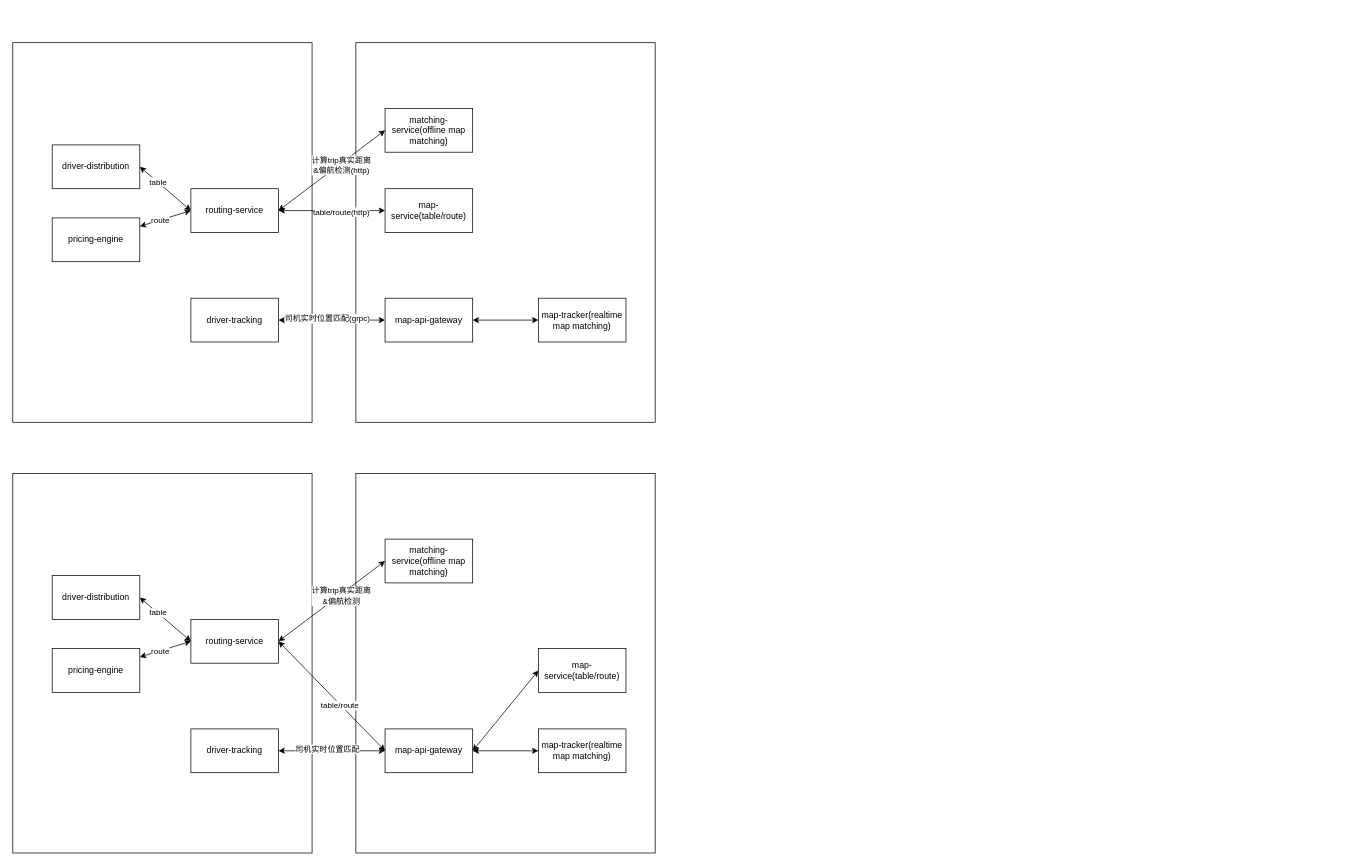
Above: page "第 7 页" (7 of 7) of Untitled Diagram.drawio in tallongsun/drawio (draw.io), before the change. Source tidied: cells renumbered, new cells numbered last; positions are measured from the earlier drawing's top-left corner, leaving out a move shared by most shapes. Both pictures are drawn from the tidied source at 73%, with x=0, y=0 at pixel (12, 42).
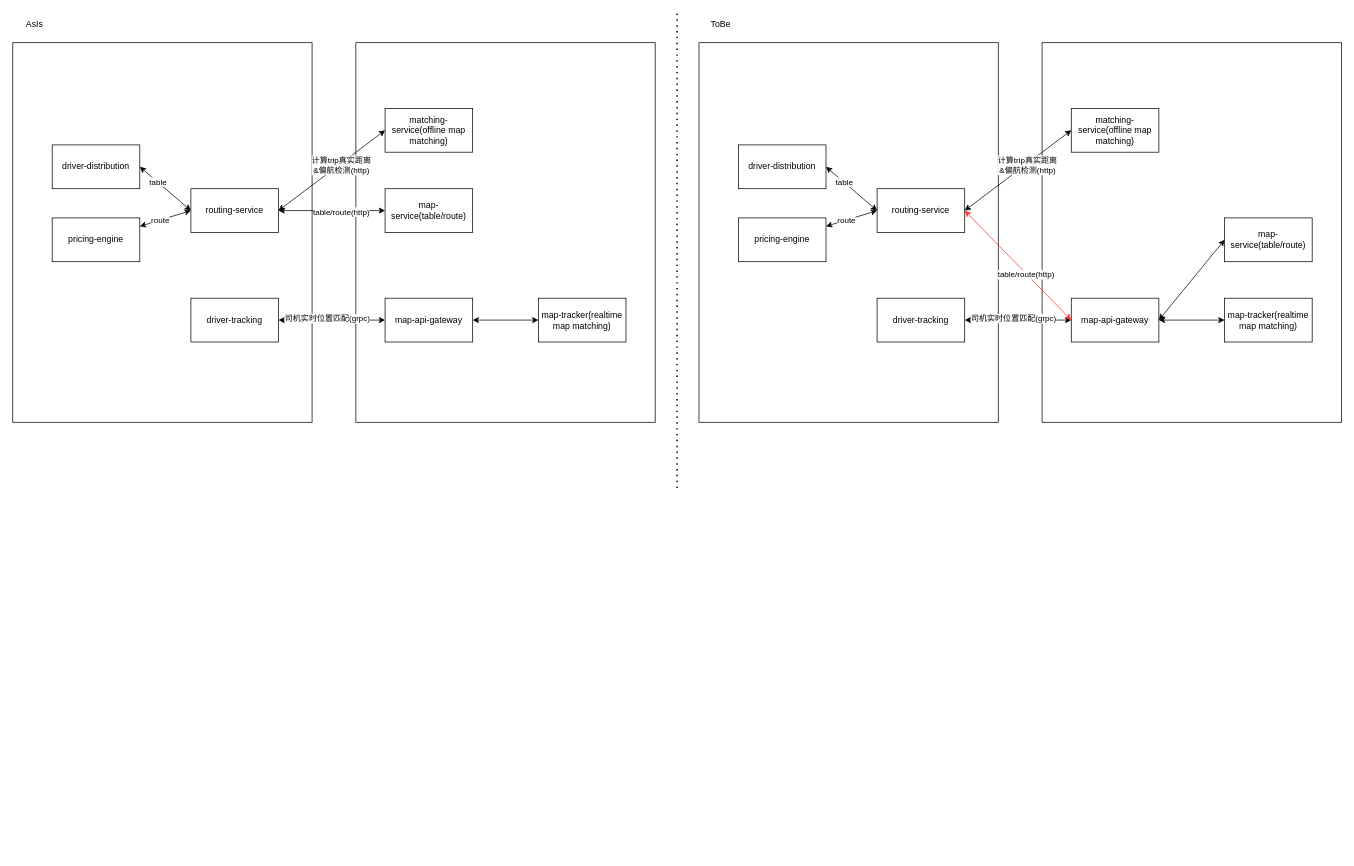
The same diagram, later.

The change refers to these unchanged cells:
```xml
<mxCell id="32" style="endArrow=classic;startArrow=classic;html=1;rounded=0;" parent="1" edge="1" source="26" target="29">
  <mxGeometry relative="1" as="geometry" />
</mxCell>
<mxCell id="42" style="endArrow=classic;startArrow=classic;html=1;rounded=0;exitX=1;exitY=0.5;exitDx=0;exitDy=0;entryX=0;entryY=0.5;entryDx=0;entryDy=0;" parent="1" edge="1" source="25" target="27">
  <mxGeometry relative="1" as="geometry" />
</mxCell>
```

What changed in the source:
```diff
@@
     <mxCell id="23" style="rounded=0;whiteSpace=wrap;html=1;" parent="1" vertex="1">
-      <mxGeometry y="590" width="410" height="520" as="geometry" />
+      <mxGeometry x="940" width="410" height="520" as="geometry" />
     </mxCell>
     <mxCell id="24" style="rounded=0;whiteSpace=wrap;html=1;" parent="1" vertex="1">
-      <mxGeometry x="470" y="590" width="410" height="520" as="geometry" />
+      <mxGeometry x="1410" width="410" height="520" as="geometry" />
     </mxCell>
     <mxCell id="25" value="routing-service" style="rounded=0;whiteSpace=wrap;html=1;" parent="1" vertex="1">
-      <mxGeometry x="244" y="790" width="120" height="60" as="geometry" />
+      <mxGeometry x="1184" y="200" width="120" height="60" as="geometry" />
     </mxCell>
     <mxCell id="26" value="driver-tracking" style="rounded=0;whiteSpace=wrap;html=1;" parent="1" vertex="1">
-      <mxGeometry x="244" y="940" width="120" height="60" as="geometry" />
+      <mxGeometry x="1184" y="350" width="120" height="60" as="geometry" />
     </mxCell>
     <mxCell id="27" value="matching-service(offline map matching)" style="rounded=0;whiteSpace=wrap;html=1;" parent="1" vertex="1">
-      <mxGeometry x="510" y="680" width="120" height="60" as="geometry" />
+      <mxGeometry x="1450" y="90" width="120" height="60" as="geometry" />
     </mxCell>
     <mxCell id="28" value="map-service(table/route)" style="rounded=0;whiteSpace=wrap;html=1;" parent="1" vertex="1">
-      <mxGeometry x="720" y="830" width="120" height="60" as="geometry" />
+      <mxGeometry x="1660" y="240" width="120" height="60" as="geometry" />
     </mxCell>
     <mxCell id="29" value="map-api-gateway" style="rounded=0;whiteSpace=wrap;html=1;" parent="1" vertex="1">
-      <mxGeometry x="510" y="940" width="120" height="60" as="geometry" />
+      <mxGeometry x="1450" y="350" width="120" height="60" as="geometry" />
     </mxCell>
     <mxCell id="30" value="map-tracker(realtime map matching)" style="rounded=0;whiteSpace=wrap;html=1;" parent="1" vertex="1">
-      <mxGeometry x="720" y="940" width="120" height="60" as="geometry" />
+      <mxGeometry x="1660" y="350" width="120" height="60" as="geometry" />
     </mxCell>
@@
-    <mxCell id="33" value="司机实时位置匹配" style="edgeLabel;html=1;align=center;verticalAlign=middle;" parent="32" vertex="1">
+    <mxCell id="33" value="司机实时位置匹配(grpc)" style="edgeLabel;html=1;align=center;verticalAlign=middle;" parent="32" vertex="1">
       <mxGeometry x="-0.09" y="3" relative="1" as="geometry" />
     </mxCell>
-    <mxCell id="34" style="endArrow=classic;startArrow=classic;html=1;rounded=0;exitX=1;exitY=0.5;exitDx=0;exitDy=0;entryX=0;entryY=0.5;entryDx=0;entryDy=0;" parent="1" edge="1" source="25" target="29">
+    <mxCell id="34" style="endArrow=classic;startArrow=classic;html=1;rounded=0;exitX=1;exitY=0.5;exitDx=0;exitDy=0;entryX=0;entryY=0.5;entryDx=0;entryDy=0;strokeColor=#FF3333;" parent="1" edge="1" source="25" target="29">
       <mxGeometry relative="1" as="geometry" />
     </mxCell>
-    <mxCell id="35" value="table/route" style="edgeLabel;html=1;align=center;verticalAlign=middle;" parent="34" vertex="1">
+    <mxCell id="35" value="table/route(http)" style="edgeLabel;html=1;align=center;verticalAlign=middle;" parent="34" vertex="1">
       <mxGeometry x="0.16" y="-1" relative="1" as="geometry" />
     </mxCell>
     <mxCell id="36" value="driver-distribution" style="rounded=0;whiteSpace=wrap;html=1;" parent="1" vertex="1">
-      <mxGeometry x="54" y="730" width="120" height="60" as="geometry" />
+      <mxGeometry x="994" y="140" width="120" height="60" as="geometry" />
     </mxCell>
     <mxCell id="37" value="pricing-engine" style="rounded=0;whiteSpace=wrap;html=1;" parent="1" vertex="1">
-      <mxGeometry x="54" y="830" width="120" height="60" as="geometry" />
+      <mxGeometry x="994" y="240" width="120" height="60" as="geometry" />
     </mxCell>
@@
-    <mxCell id="43" value="计算trip真实距离&lt;br&gt;&amp;amp;偏航检测" style="edgeLabel;html=1;align=center;verticalAlign=middle;" parent="42" vertex="1">
+    <mxCell id="43" value="计算trip真实距离&lt;br&gt;&amp;amp;偏航检测(http)" style="edgeLabel;html=1;align=center;verticalAlign=middle;" parent="42" vertex="1">
       <mxGeometry x="0.16" y="-1" relative="1" as="geometry" />
     </mxCell>
@@
+    <mxCell id="45" value="ToBe" style="text;html=1;align=center;verticalAlign=middle;whiteSpace=wrap;rounded=0;" parent="1" vertex="1">
+      <mxGeometry x="940" y="-40" width="60" height="30" as="geometry" />
+    </mxCell>
+    <mxCell id="46" value="AsIs" style="text;html=1;align=center;verticalAlign=middle;whiteSpace=wrap;rounded=0;" parent="1" vertex="1">
+      <mxGeometry y="-40" width="60" height="30" as="geometry" />
+    </mxCell>
+    <mxCell id="47" style="endArrow=none;dashed=1;html=1;dashPattern=1 3;strokeWidth=2;rounded=0;" parent="1" edge="1">
+      <mxGeometry relative="1" as="geometry">
+        <mxPoint x="910" y="610" as="sourcePoint" />
+        <mxPoint x="910" y="-40" as="targetPoint" />
+      </mxGeometry>
+    </mxCell>
```
